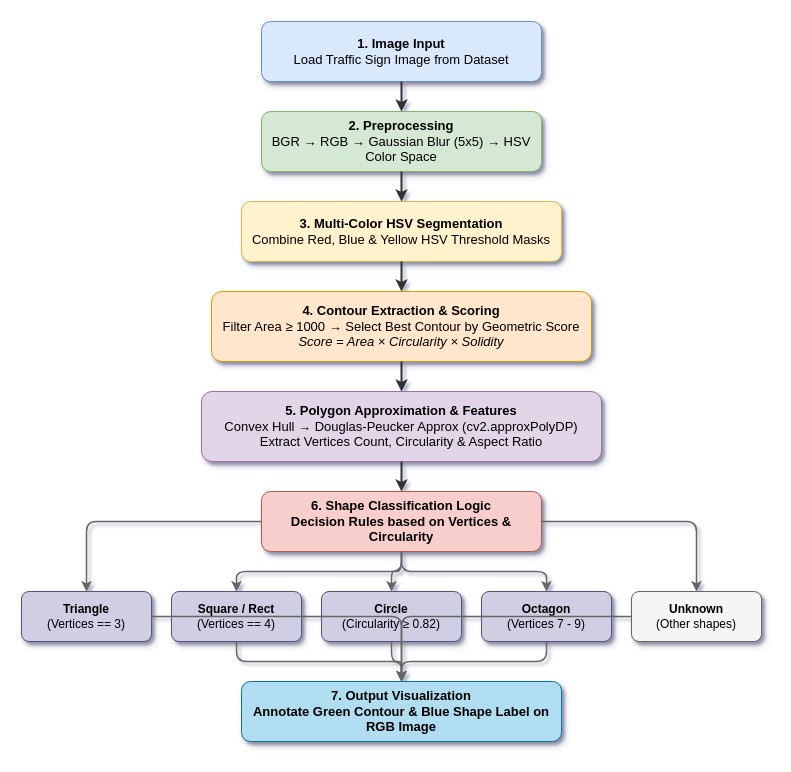
The draw.io diagram proposal/design/Shape_Detection_Pipeline.drawio in khoryz666/traffic-sign-recognition, before the edit. Source tidied: cells renumbered, new cells numbered last; positions are measured from the earlier drawing's top-left corner, leaving out a move shared by most shapes. Both pictures are drawn from the tidied source at 100%, with x=0, y=0 at pixel (21, 21).
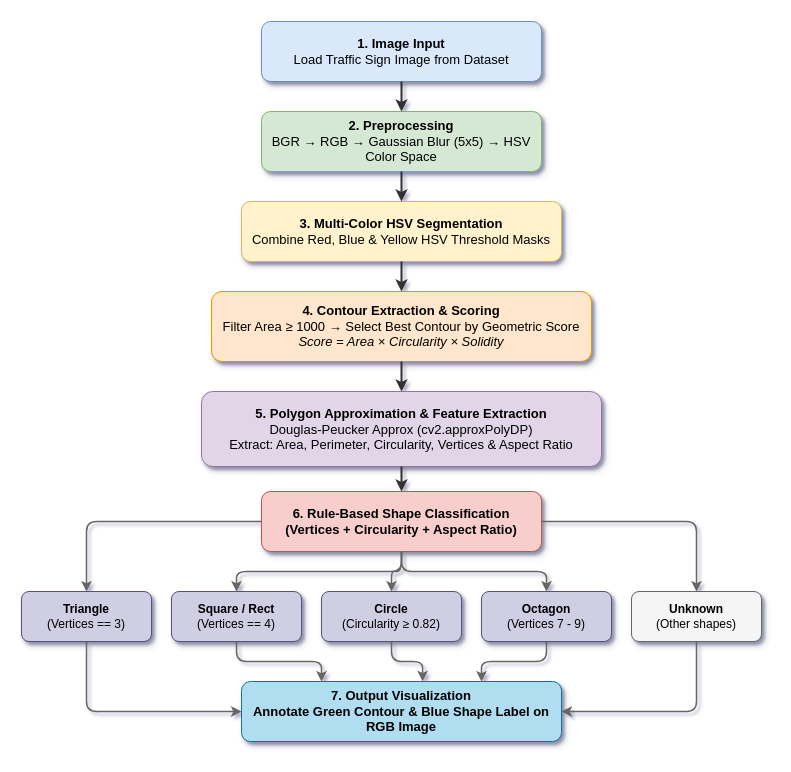
The same page after the edit.

Commit message:
edit: architecture diagram for shape detection pipeline

Unchanged cells that the change refers to:
```xml
<mxCell id="8" value="&lt;b&gt;Triangle&lt;/b&gt;&lt;br&gt;(Vertices == 3)" style="rounded=1;whiteSpace=wrap;html=1;fillColor=#d0cee2;strokeColor=#56517e;fontFamily=Helvetica;fontSize=12;shadow=1;" parent="1" vertex="1">
  <mxGeometry y="570" width="130" height="50" as="geometry" />
</mxCell>
<mxCell id="9" value="&lt;b&gt;Square / Rect&lt;/b&gt;&lt;br&gt;(Vertices == 4)" style="rounded=1;whiteSpace=wrap;html=1;fillColor=#d0cee2;strokeColor=#56517e;fontFamily=Helvetica;fontSize=12;shadow=1;" parent="1" vertex="1">
  <mxGeometry x="150" y="570" width="130" height="50" as="geometry" />
</mxCell>
<mxCell id="10" value="&lt;b&gt;Circle&lt;/b&gt;&lt;br&gt;(Circularity &amp;ge; 0.82)" style="rounded=1;whiteSpace=wrap;html=1;fillColor=#d0cee2;strokeColor=#56517e;fontFamily=Helvetica;fontSize=12;shadow=1;" parent="1" vertex="1">
  <mxGeometry x="300" y="570" width="140" height="50" as="geometry" />
</mxCell>
<mxCell id="11" value="&lt;b&gt;Octagon&lt;/b&gt;&lt;br&gt;(Vertices 7 - 9)" style="rounded=1;whiteSpace=wrap;html=1;fillColor=#d0cee2;strokeColor=#56517e;fontFamily=Helvetica;fontSize=12;shadow=1;" parent="1" vertex="1">
  <mxGeometry x="460" y="570" width="130" height="50" as="geometry" />
</mxCell>
<mxCell id="12" value="&lt;b&gt;Unknown&lt;/b&gt;&lt;br&gt;(Other shapes)" style="rounded=1;whiteSpace=wrap;html=1;fillColor=#f5f5f5;strokeColor=#666666;fontFamily=Helvetica;fontSize=12;shadow=1;" parent="1" vertex="1">
  <mxGeometry x="610" y="570" width="130" height="50" as="geometry" />
</mxCell>
<mxCell id="13" value="&lt;b&gt;7. Output Visualization&lt;/b&gt;&lt;br&gt;Annotate Green Contour &amp;amp; Blue Shape Label on RGB Image" style="rounded=1;whiteSpace=wrap;html=1;fillColor=#b1ddf0;strokeColor=#10739e;fontFamily=Helvetica;fontSize=13;fontStyle=1;shadow=1;" parent="1" vertex="1">
  <mxGeometry x="220" y="660" width="320" height="60" as="geometry" />
</mxCell>
```

Change to the diagram source:
```diff
@@
-    <mxCell id="6" value="&lt;b&gt;5. Polygon Approximation &amp;amp; Features&lt;/b&gt;&lt;br&gt;Convex Hull &amp;rarr; Douglas-Peucker Approx (cv2.approxPolyDP)&lt;br&gt;Extract Vertices Count, Circularity &amp;amp; Aspect Ratio" style="rounded=1;whiteSpace=wrap;html=1;fillColor=#e1d5e7;strokeColor=#9673a6;fontFamily=Helvetica;fontSize=13;shadow=1;" parent="1" vertex="1">
-      <mxGeometry x="180" y="370" width="400" height="70" as="geometry" />
+    <mxCell id="6" value="&lt;b&gt;5. Polygon Approximation &amp;amp; Feature Extraction&lt;/b&gt;&lt;br&gt;Douglas-Peucker Approx (cv2.approxPolyDP)&lt;br&gt;Extract: Area, Perimeter, Circularity, Vertices &amp;amp; Aspect Ratio" style="rounded=1;whiteSpace=wrap;html=1;fillColor=#e1d5e7;strokeColor=#9673a6;fontFamily=Helvetica;fontSize=13;shadow=1;" parent="1" vertex="1">
+      <mxGeometry x="180" y="370" width="400" height="75" as="geometry" />
     </mxCell>
-    <mxCell id="7" value="&lt;b&gt;6. Shape Classification Logic&lt;/b&gt;&lt;br&gt;Decision Rules based on Vertices &amp;amp; Circularity" style="rounded=1;whiteSpace=wrap;html=1;fillColor=#f8cecc;strokeColor=#b85450;fontFamily=Helvetica;fontSize=13;fontStyle=1;shadow=1;" parent="1" vertex="1">
+    <mxCell id="7" value="&lt;b&gt;6. Rule-Based Shape Classification&lt;/b&gt;&lt;br&gt;(Vertices + Circularity + Aspect Ratio)" style="rounded=1;whiteSpace=wrap;html=1;fillColor=#f8cecc;strokeColor=#b85450;fontFamily=Helvetica;fontSize=13;fontStyle=1;shadow=1;" parent="1" vertex="1">
       <mxGeometry x="240" y="470" width="280" height="60" as="geometry" />
     </mxCell>
@@
-    <mxCell id="24" style="edgeStyle=orthogonalEdgeStyle;rounded=1;jettySize=auto;html=1;strokeWidth=1.5;strokeColor=#666666;" parent="1" edge="1" source="8" target="13">
+    <mxCell id="24" style="edgeStyle=orthogonalEdgeStyle;rounded=1;jettySize=auto;html=1;strokeWidth=1.5;strokeColor=#666666;exitX=0.5;exitY=1;exitDx=0;exitDy=0;entryX=0;entryY=0.5;entryDx=0;entryDy=0;" parent="1" edge="1" source="8" target="13">
       <mxGeometry relative="1" as="geometry" />
     </mxCell>
-    <mxCell id="25" style="edgeStyle=orthogonalEdgeStyle;rounded=1;jettySize=auto;html=1;strokeWidth=1.5;strokeColor=#666666;" parent="1" edge="1" source="9" target="13">
+    <mxCell id="25" style="edgeStyle=orthogonalEdgeStyle;rounded=1;jettySize=auto;html=1;strokeWidth=1.5;strokeColor=#666666;exitX=0.5;exitY=1;exitDx=0;exitDy=0;entryX=0.25;entryY=0;entryDx=0;entryDy=0;" parent="1" edge="1" source="9" target="13">
       <mxGeometry relative="1" as="geometry" />
     </mxCell>
-    <mxCell id="26" style="edgeStyle=orthogonalEdgeStyle;rounded=1;jettySize=auto;html=1;strokeWidth=1.5;strokeColor=#666666;" parent="1" edge="1" source="10" target="13">
+    <mxCell id="26" style="edgeStyle=orthogonalEdgeStyle;rounded=1;jettySize=auto;html=1;strokeWidth=1.5;strokeColor=#666666;exitX=0.5;exitY=1;exitDx=0;exitDy=0;entryX=0.566;entryY=-0.004;entryDx=0;entryDy=0;entryPerimeter=0;" parent="1" edge="1" source="10" target="13">
       <mxGeometry relative="1" as="geometry" />
     </mxCell>
-    <mxCell id="27" style="edgeStyle=orthogonalEdgeStyle;rounded=1;jettySize=auto;html=1;strokeWidth=1.5;strokeColor=#666666;" parent="1" edge="1" source="11" target="13">
+    <mxCell id="27" style="edgeStyle=orthogonalEdgeStyle;rounded=1;jettySize=auto;html=1;strokeWidth=1.5;strokeColor=#666666;exitX=0.5;exitY=1;exitDx=0;exitDy=0;entryX=0.75;entryY=0;entryDx=0;entryDy=0;" parent="1" edge="1" source="11" target="13">
       <mxGeometry relative="1" as="geometry" />
     </mxCell>
-    <mxCell id="28" style="edgeStyle=orthogonalEdgeStyle;rounded=1;jettySize=auto;html=1;strokeWidth=1.5;strokeColor=#666666;" parent="1" edge="1" source="12" target="13">
+    <mxCell id="28" style="edgeStyle=orthogonalEdgeStyle;rounded=1;jettySize=auto;html=1;strokeWidth=1.5;strokeColor=#666666;exitX=0.5;exitY=1;exitDx=0;exitDy=0;entryX=1;entryY=0.5;entryDx=0;entryDy=0;" parent="1" edge="1" source="12" target="13">
       <mxGeometry relative="1" as="geometry" />
     </mxCell>
```
